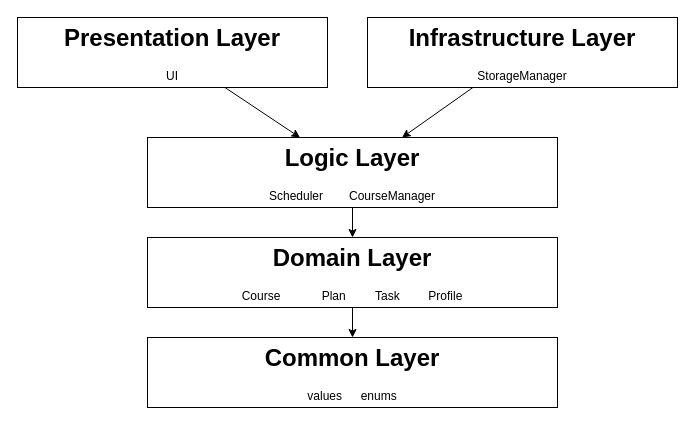
Before: doc/StudyMate_SA.drawio in Lai-sz-jen/StudyMate, a draw.io diagram. Source tidied: cells renumbered, new cells numbered last; positions are measured from the earlier drawing's top-left corner, leaving out a move shared by most shapes. Both pictures are drawn from the tidied source at 100%, with x=0, y=0 at pixel (17, 17).
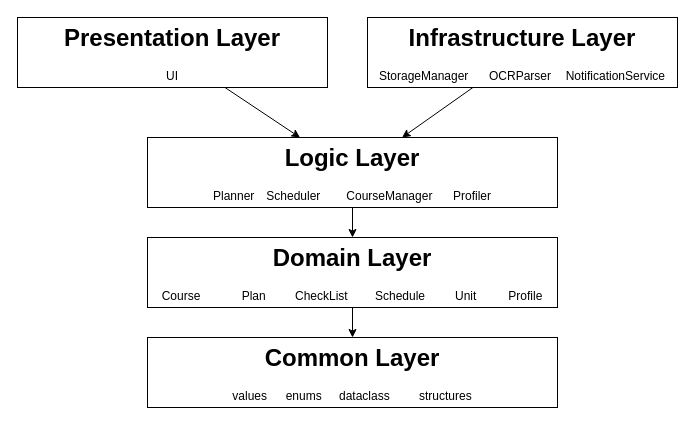
The same diagram, later.

Commit message:
Update the Logic Layer

Diff of the diagram source:
```diff
@@
 <mxGraphModel>
   <root>
     <mxCell id="0" />
     <mxCell id="1" parent="0" />
     <mxCell id="2" style="rounded=0;whiteSpace=wrap;html=1;" parent="1" vertex="1">
       <mxGeometry x="130" y="320" width="410" height="70" as="geometry" />
     </mxCell>
-    <mxCell id="3" value="&lt;h1 style=&quot;margin-top: 0px;&quot;&gt;Common Layer&lt;/h1&gt;&lt;p&gt;values&lt;span style=&quot;white-space: pre;&quot;&gt;&#9;&lt;/span&gt;enums&lt;/p&gt;" style="text;html=1;whiteSpace=wrap;overflow=hidden;rounded=0;direction=east;alignment=center;align=center;" parent="1" vertex="1">
+    <mxCell id="3" value="&lt;h1 style=&quot;margin-top: 0px;&quot;&gt;Common Layer&lt;/h1&gt;&lt;p&gt;values&lt;span style=&quot;white-space: pre;&quot;&gt;&#9;&lt;/span&gt;enums&amp;nbsp;&lt;span style=&quot;white-space: pre;&quot;&gt;&#9;&lt;/span&gt;dataclass&lt;span style=&quot;white-space: pre;&quot;&gt;&#9;&lt;span style=&quot;white-space: pre;&quot;&gt;&#9;&lt;/span&gt;&lt;/span&gt;structures&lt;/p&gt;" style="text;html=1;whiteSpace=wrap;overflow=hidden;rounded=0;direction=east;alignment=center;align=center;" parent="1" vertex="1">
       <mxGeometry x="160" y="320" width="350" height="70" as="geometry" />
     </mxCell>
     <mxCell id="4" style="edgeStyle=orthogonalEdgeStyle;rounded=0;jettySize=auto;html=1;" parent="1" edge="1" source="5" target="2">
       <mxGeometry relative="1" as="geometry" />
     </mxCell>
     <mxCell id="5" style="rounded=0;whiteSpace=wrap;html=1;" parent="1" vertex="1">
       <mxGeometry x="130" y="220" width="410" height="70" as="geometry" />
     </mxCell>
     <mxCell id="6" style="edgeStyle=orthogonalEdgeStyle;rounded=0;jettySize=auto;html=1;exitX=0.5;exitY=1;exitDx=0;exitDy=0;" parent="1" edge="1" source="7">
       <mxGeometry relative="1" as="geometry">
         <mxPoint x="335.2" y="290" as="targetPoint" />
       </mxGeometry>
     </mxCell>
-    <mxCell id="7" value="&lt;h1 style=&quot;margin-top: 0px;&quot;&gt;Domain Layer&lt;/h1&gt;&lt;div&gt;Course &lt;span style=&quot;white-space: pre;&quot;&gt;&#9;&lt;/span&gt;&lt;span style=&quot;white-space: pre;&quot;&gt;&#9;&lt;/span&gt;Plan&lt;span style=&quot;white-space: pre;&quot;&gt;&#9;&lt;/span&gt;&lt;span style=&quot;white-space: pre;&quot;&gt;&#9;&lt;/span&gt;Task&lt;span style=&quot;white-space: pre;&quot;&gt;&#9;&lt;/span&gt;&amp;nbsp;&lt;span style=&quot;white-space: pre;&quot;&gt;&#9;&lt;/span&gt;Profile&lt;/div&gt;&lt;div&gt;&lt;span style=&quot;white-space: pre;&quot;&gt;&#9;&lt;/span&gt;&lt;/div&gt;" style="text;html=1;whiteSpace=wrap;overflow=hidden;rounded=0;direction=east;alignment=center;align=center;" parent="1" vertex="1">
-      <mxGeometry x="150" y="220" width="370" height="70" as="geometry" />
+    <mxCell id="7" value="&lt;h1 style=&quot;margin-top: 0px;&quot;&gt;Domain Layer&lt;/h1&gt;&lt;div&gt;Course &lt;span style=&quot;white-space: pre;&quot;&gt;&#9;&lt;/span&gt;&lt;span style=&quot;white-space: pre;&quot;&gt;&#9;&lt;/span&gt;Plan&lt;span style=&quot;white-space: pre;&quot;&gt;&#9;&lt;/span&gt;&lt;span style=&quot;white-space: pre;&quot;&gt;&#9;&lt;/span&gt;CheckList&amp;nbsp;&lt;span style=&quot;white-space: pre;&quot;&gt;&#9;&lt;/span&gt;Schedule&lt;span style=&quot;white-space: pre;&quot;&gt;&#9;&lt;span style=&quot;white-space: pre;&quot;&gt;&#9;&lt;/span&gt;&lt;/span&gt;Unit&lt;span style=&quot;white-space: pre;&quot;&gt;&#9;&lt;/span&gt;&lt;span style=&quot;white-space: pre;&quot;&gt;&#9;&lt;/span&gt;Profile&lt;/div&gt;&lt;div&gt;&lt;span style=&quot;white-space: pre;&quot;&gt;&#9;&lt;/span&gt;&lt;/div&gt;" style="text;html=1;whiteSpace=wrap;overflow=hidden;rounded=0;direction=east;alignment=center;align=center;" parent="1" vertex="1">
+      <mxGeometry x="130" y="220" width="410" height="70" as="geometry" />
     </mxCell>
     <mxCell id="8" style="edgeStyle=orthogonalEdgeStyle;rounded=0;jettySize=auto;html=1;" parent="1" edge="1" source="9" target="5">
       <mxGeometry relative="1" as="geometry" />
     </mxCell>
     <mxCell id="9" style="rounded=0;whiteSpace=wrap;html=1;" parent="1" vertex="1">
       <mxGeometry x="130" y="120" width="410" height="70" as="geometry" />
     </mxCell>
-    <mxCell id="10" value="&lt;h1 style=&quot;margin-top: 0px;&quot;&gt;Logic Layer&lt;/h1&gt;&lt;p&gt;Scheduler&lt;span style=&quot;white-space: pre;&quot;&gt;&#9;&lt;/span&gt;CourseManager&lt;/p&gt;" style="text;html=1;whiteSpace=wrap;overflow=hidden;rounded=0;direction=east;alignment=center;align=center;" parent="1" vertex="1">
+    <mxCell id="10" value="&lt;h1 style=&quot;margin-top: 0px;&quot;&gt;Logic Layer&lt;/h1&gt;&lt;p&gt;Planner&lt;span style=&quot;white-space: pre;&quot;&gt;&#9;&lt;/span&gt;Scheduler&lt;span style=&quot;white-space: pre;&quot;&gt;&#9;&lt;/span&gt;CourseManager&amp;nbsp;&lt;span style=&quot;white-space: pre;&quot;&gt;&#9;&lt;/span&gt;Profiler&lt;/p&gt;" style="text;html=1;whiteSpace=wrap;overflow=hidden;rounded=0;direction=east;alignment=center;align=center;" parent="1" vertex="1">
       <mxGeometry x="160" y="120" width="350" height="70" as="geometry" />
     </mxCell>
     <mxCell id="11" style="rounded=0;jettySize=auto;html=1;" parent="1" edge="1" source="12" target="9">
       <mxGeometry relative="1" as="geometry" />
     </mxCell>
     <mxCell id="12" style="rounded=0;whiteSpace=wrap;html=1;" parent="1" vertex="1">
       <mxGeometry width="310" height="70" as="geometry" />
     </mxCell>
     <mxCell id="13" value="&lt;h1 style=&quot;margin-top: 0px;&quot;&gt;Presentation Layer&lt;/h1&gt;&lt;p&gt;UI&lt;/p&gt;" style="text;html=1;whiteSpace=wrap;overflow=hidden;rounded=0;direction=east;alignment=center;align=center;" parent="1" vertex="1">
       <mxGeometry x="25" width="260" height="70" as="geometry" />
     </mxCell>
     <mxCell id="14" style="rounded=0;jettySize=auto;html=1;" parent="1" edge="1" source="15" target="10">
       <mxGeometry relative="1" as="geometry" />
     </mxCell>
     <mxCell id="15" style="rounded=0;whiteSpace=wrap;html=1;" parent="1" vertex="1">
       <mxGeometry x="350" width="310" height="70" as="geometry" />
     </mxCell>
-    <mxCell id="16" value="&lt;h1 style=&quot;margin-top: 0px;&quot;&gt;Infrastructure Layer&lt;/h1&gt;&lt;p&gt;StorageManager&lt;/p&gt;" style="text;html=1;whiteSpace=wrap;overflow=hidden;rounded=0;direction=east;alignment=center;align=center;" parent="1" vertex="1">
-      <mxGeometry x="375" width="260" height="70" as="geometry" />
+    <mxCell id="16" value="&lt;h1 style=&quot;margin-top: 0px;&quot;&gt;Infrastructure Layer&lt;/h1&gt;&lt;p&gt;StorageManager&lt;span style=&quot;white-space: pre;&quot;&gt;&#9;&lt;/span&gt; OCRParser&lt;span style=&quot;white-space: pre;&quot;&gt;&#9;&lt;/span&gt;NotificationService&lt;/p&gt;" style="text;html=1;whiteSpace=wrap;overflow=hidden;rounded=0;direction=east;alignment=center;align=center;" parent="1" vertex="1">
+      <mxGeometry x="350" width="310" height="70" as="geometry" />
     </mxCell>
   </root>
 </mxGraphModel>
```
